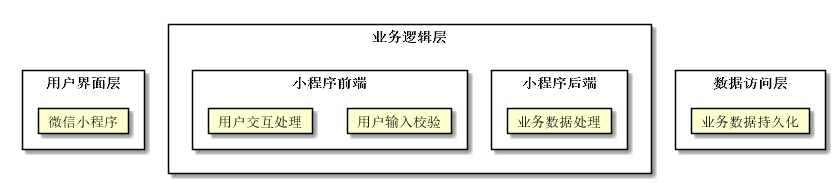
Before: client/docs/diagrams/out/chap4-architecture.png, a diagram exported from PlantUML (Joxon/taro-tomato-wxcloud). Source of this version:
```plantuml
@startuml chap4-architecture

rectangle 用户界面层 {
  card 微信小程序
}

rectangle 业务逻辑层 {
  rectangle 小程序后端 {
    card 业务数据处理
  }

  rectangle 小程序前端 {
    card 用户输入校验
    card 用户交互处理
  }
}

rectangle 数据访问层 {
  card 业务数据持久化
}

@enduml
```
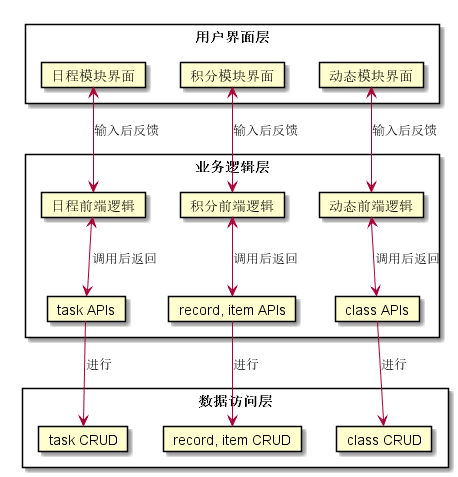
After the commit.

Change to the diagram source:
```diff
@@ -1,22 +1,39 @@
 @startuml chap4-architecture
 
+top to bottom direction
+
 rectangle 用户界面层 {
-  card 微信小程序
+  card 日程模块界面
+  card 积分模块界面
+  card 动态模块界面
 }
 
 rectangle 业务逻辑层 {
-  rectangle 小程序后端 {
-    card 业务数据处理
-  }
+  card 日程前端逻辑
+  card 积分前端逻辑
+  card 动态前端逻辑
 
-  rectangle 小程序前端 {
-    card 用户输入校验
-    card 用户交互处理
-  }
+  card "task APIs" as tapi
+  card "record, item APIs" as rapi
+  card "class APIs" as capi
 }
 
 rectangle 数据访问层 {
-  card 业务数据持久化
+  card "task CRUD" as tcrud
+  card "record, item CRUD" as rcrud
+  card "class CRUD" as ccrud
 }
 
+日程模块界面 <--> 日程前端逻辑: 输入后反馈
+日程前端逻辑 <--> tapi: 调用后返回
+tapi --> tcrud: 进行
+
+积分模块界面 <--> 积分前端逻辑: 输入后反馈
+积分前端逻辑 <--> rapi: 调用后返回
+rapi --> rcrud: 进行
+
+动态模块界面 <--> 动态前端逻辑: 输入后反馈
+动态前端逻辑 <--> capi: 调用后返回
+capi --> ccrud: 进行
+
 @enduml
```
